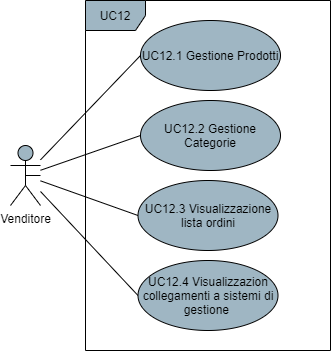
Omicron-Team/Documentazione keeps this draw.io diagram as DocumentazioneEsterna/AnalisiDeiRequisiti/res/UseCase/Immagini/MerchantDashboard.png. Above is the earlier version. Source tidied: cells renumbered, new cells last; positions are measured from the earlier drawing's top-left corner, leaving out a move shared by most shapes.
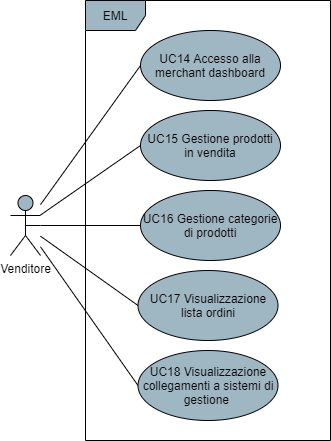
Later version of the same file.

What changed in the source:
```diff
@@ -15,25 +15,31 @@
       <mxGeometry relative="1" as="geometry" />
     </mxCell>
     <mxCell id="6" value="Venditore" style="shape=umlActor;verticalLabelPosition=bottom;verticalAlign=top;html=1;fillColor=#9FB6C3;" parent="1" vertex="1">
-      <mxGeometry y="145" width="30" height="60" as="geometry" />
+      <mxGeometry y="105" width="30" height="60" as="geometry" />
     </mxCell>
-    <mxCell id="7" value="UC12" style="shape=umlFrame;whiteSpace=wrap;html=1;fillColor=#9FB6C3;" parent="1" vertex="1">
-      <mxGeometry x="75" width="245" height="350" as="geometry" />
+    <mxCell id="7" value="EML" style="shape=umlFrame;whiteSpace=wrap;html=1;fillColor=#9FB6C3;" parent="1" vertex="1">
+      <mxGeometry x="75" y="-90" width="245" height="440" as="geometry" />
     </mxCell>
-    <mxCell id="8" value="UC12.1 Gestione Prodotti" style="ellipse;whiteSpace=wrap;html=1;fillColor=#9FB6C3;" parent="1" vertex="1">
+    <mxCell id="8" value="UC15 Gestione prodotti in vendita" style="ellipse;whiteSpace=wrap;html=1;fillColor=#9FB6C3;" parent="1" vertex="1">
       <mxGeometry x="130" y="20" width="140" height="70" as="geometry" />
     </mxCell>
-    <mxCell id="9" value="UC12.2 Gestione Categorie" style="ellipse;whiteSpace=wrap;html=1;fillColor=#9FB6C3;" parent="1" vertex="1">
+    <mxCell id="9" value="UC16 Gestione categorie di prodotti" style="ellipse;whiteSpace=wrap;html=1;fillColor=#9FB6C3;" parent="1" vertex="1">
       <mxGeometry x="130" y="100" width="140" height="70" as="geometry" />
     </mxCell>
-    <mxCell id="10" value="UC12.3 Visualizzazione lista ordini" style="ellipse;whiteSpace=wrap;html=1;fillColor=#9FB6C3;" parent="1" vertex="1">
+    <mxCell id="10" value="UC17 Visualizzazione lista ordini" style="ellipse;whiteSpace=wrap;html=1;fillColor=#9FB6C3;" parent="1" vertex="1">
       <mxGeometry x="127.5" y="180" width="140" height="70" as="geometry" />
     </mxCell>
-    <mxCell id="11" value="UC12.4 Visualizzazion collegamenti a sistemi di gestione&amp;nbsp;" style="ellipse;whiteSpace=wrap;html=1;fillColor=#9FB6C3;" parent="1" vertex="1">
+    <mxCell id="11" value="UC18 Visualizzazione collegamenti a sistemi di gestione&amp;nbsp;" style="ellipse;whiteSpace=wrap;html=1;fillColor=#9FB6C3;" parent="1" vertex="1">
       <mxGeometry x="127.5" y="260" width="140" height="70" as="geometry" />
     </mxCell>
     <mxCell id="12" style="edgeStyle=none;rounded=0;orthogonalLoop=1;jettySize=auto;html=1;exitX=0.5;exitY=0.5;exitDx=0;exitDy=0;exitPerimeter=0;startArrow=none;startFill=0;endArrow=none;endFill=0;" parent="1" edge="1" source="6" target="6">
       <mxGeometry relative="1" as="geometry" />
     </mxCell>
+    <mxCell id="13" value="UC14 Accesso alla merchant dashboard" style="ellipse;whiteSpace=wrap;html=1;fillColor=#9FB6C3;" parent="1" vertex="1">
+      <mxGeometry x="130" y="-60" width="140" height="70" as="geometry" />
+    </mxCell>
+    <mxCell id="14" style="rounded=0;jettySize=auto;html=1;entryX=0;entryY=0.5;entryDx=0;entryDy=0;endArrow=none;endFill=0;" parent="1" edge="1" source="6" target="13">
+      <mxGeometry relative="1" as="geometry" />
+    </mxCell>
   </root>
 </mxGraphModel>
```
